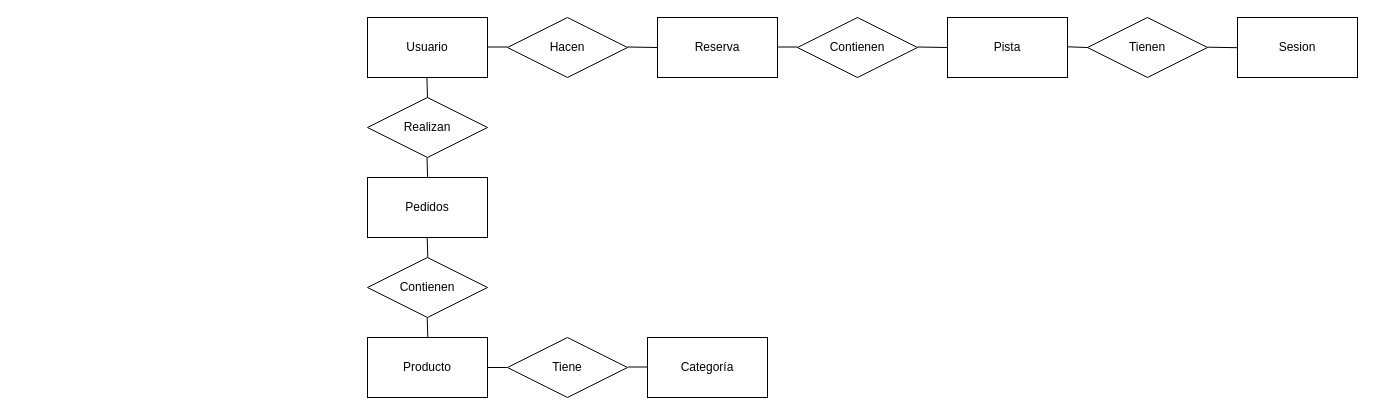
Before: TFG_BACKEND_ESTRUCTURA_BDD.drawio in a24954/Padelim_TFG_Backend, a draw.io diagram. Source tidied: cells renumbered, new cells numbered last; positions are measured from the earlier drawing's top-left corner, leaving out a move shared by most shapes. Both pictures are drawn from the tidied source at 100%, with x=0, y=0 at pixel (367, 17).
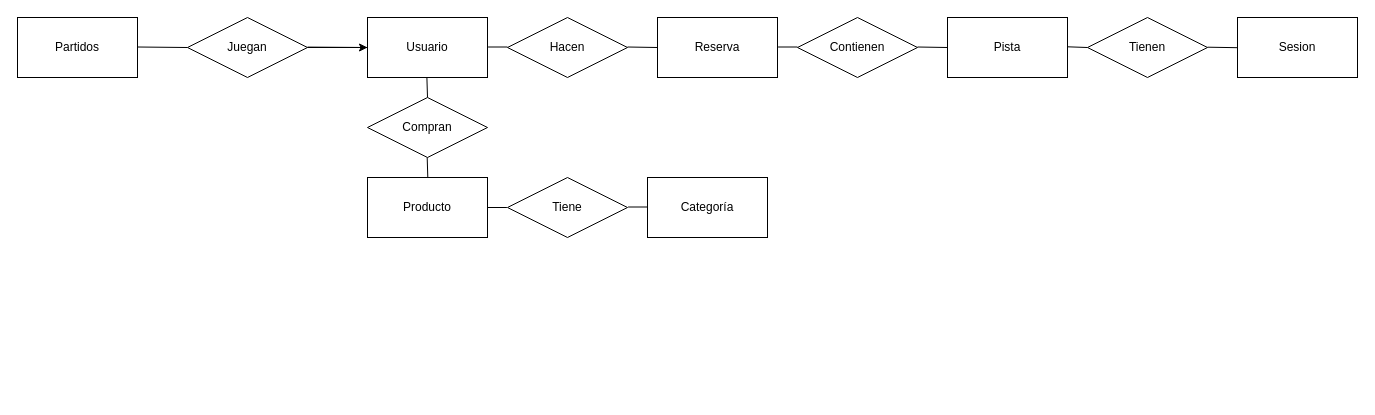
The same page after the edit.

The change refers to these unchanged cells:
```xml
<mxCell id="2" value="Usuario" style="rounded=0;whiteSpace=wrap;html=1;" parent="1" vertex="1">
  <mxGeometry width="120" height="60" as="geometry" />
</mxCell>
```

The edit, as a diff of the source:
```diff
@@
     <mxCell id="6" value="Producto" style="rounded=0;whiteSpace=wrap;html=1;" parent="1" vertex="1">
-      <mxGeometry y="320" width="120" height="60" as="geometry" />
+      <mxGeometry y="160" width="120" height="60" as="geometry" />
     </mxCell>
-    <mxCell id="7" value="Pedidos" style="rounded=0;whiteSpace=wrap;html=1;" parent="1" vertex="1">
-      <mxGeometry y="160" width="120" height="60" as="geometry" />
-    </mxCell>
     <mxCell id="8" value="Categoría" style="rounded=0;whiteSpace=wrap;html=1;" parent="1" vertex="1">
-      <mxGeometry x="280" y="320" width="120" height="60" as="geometry" />
+      <mxGeometry x="280" y="160" width="120" height="60" as="geometry" />
     </mxCell>
@@
-    <mxCell id="10" value="Realizan" style="shape=rhombus;perimeter=rhombusPerimeter;whiteSpace=wrap;html=1;align=center;" parent="1" vertex="1">
+    <mxCell id="10" value="Compran" style="shape=rhombus;perimeter=rhombusPerimeter;whiteSpace=wrap;html=1;align=center;" parent="1" vertex="1">
       <mxGeometry y="80" width="120" height="60" as="geometry" />
     </mxCell>
-    <mxCell id="11" value="Contienen" style="shape=rhombus;perimeter=rhombusPerimeter;whiteSpace=wrap;html=1;align=center;" parent="1" vertex="1">
-      <mxGeometry y="240" width="120" height="60" as="geometry" />
-    </mxCell>
     <mxCell id="12" value="Tiene" style="shape=rhombus;perimeter=rhombusPerimeter;whiteSpace=wrap;html=1;align=center;" parent="1" vertex="1">
-      <mxGeometry x="140" y="320" width="120" height="60" as="geometry" />
+      <mxGeometry x="140" y="160" width="120" height="60" as="geometry" />
     </mxCell>
@@
-    <mxCell id="16" style="endArrow=none;html=1;rounded=0;entryX=0.5;entryY=1;entryDx=0;entryDy=0;exitX=0.5;exitY=0;exitDx=0;exitDy=0;" parent="1" edge="1">
-      <mxGeometry relative="1" as="geometry">
-        <mxPoint x="60.1" y="160" as="sourcePoint" />
-        <mxPoint x="59.5" y="140" as="targetPoint" />
-      </mxGeometry>
-    </mxCell>
-    <mxCell id="17" style="endArrow=none;html=1;rounded=0;entryX=0.5;entryY=1;entryDx=0;entryDy=0;exitX=0.5;exitY=0;exitDx=0;exitDy=0;" parent="1" edge="1">
-      <mxGeometry relative="1" as="geometry">
-        <mxPoint x="60.3" y="240" as="sourcePoint" />
-        <mxPoint x="59.7" y="220" as="targetPoint" />
-      </mxGeometry>
-    </mxCell>
     <mxCell id="18" style="endArrow=none;html=1;rounded=0;entryX=0.5;entryY=1;entryDx=0;entryDy=0;exitX=0.5;exitY=0;exitDx=0;exitDy=0;" parent="1" edge="1">
       <mxGeometry relative="1" as="geometry">
-        <mxPoint x="60.3" y="320" as="sourcePoint" />
-        <mxPoint x="59.7" y="300" as="targetPoint" />
+        <mxPoint x="60.3" y="160" as="sourcePoint" />
+        <mxPoint x="59.7" y="140" as="targetPoint" />
       </mxGeometry>
     </mxCell>
     <mxCell id="19" style="endArrow=none;html=1;rounded=0;entryX=0.5;entryY=1;entryDx=0;entryDy=0;exitX=1;exitY=0.5;exitDx=0;exitDy=0;" parent="1" edge="1" source="6">
       <mxGeometry relative="1" as="geometry">
-        <mxPoint x="139.4" y="350" as="targetPoint" />
+        <mxPoint x="139.4" y="190" as="targetPoint" />
       </mxGeometry>
     </mxCell>
     <mxCell id="20" style="endArrow=none;html=1;rounded=0;entryX=0.5;entryY=1;entryDx=0;entryDy=0;exitX=1;exitY=0.5;exitDx=0;exitDy=0;" parent="1" edge="1">
       <mxGeometry relative="1" as="geometry">
-        <mxPoint x="260.6" y="349.5" as="sourcePoint" />
-        <mxPoint x="280" y="349.5" as="targetPoint" />
+        <mxPoint x="260.6" y="189.5" as="sourcePoint" />
+        <mxPoint x="280" y="189.5" as="targetPoint" />
       </mxGeometry>
     </mxCell>
@@
+    <mxCell id="27" style="edgeStyle=none;html=1;" parent="1" edge="1" source="28" target="2">
+      <mxGeometry relative="1" as="geometry" />
+    </mxCell>
+    <mxCell id="28" value="Juegan" style="shape=rhombus;perimeter=rhombusPerimeter;whiteSpace=wrap;html=1;align=center;" parent="1" vertex="1">
+      <mxGeometry x="-180" width="120" height="60" as="geometry" />
+    </mxCell>
+    <mxCell id="29" style="endArrow=none;html=1;rounded=0;entryX=0;entryY=0.5;entryDx=0;entryDy=0;exitX=1;exitY=0.5;exitDx=0;exitDy=0;" parent="1" edge="1" target="2">
+      <mxGeometry relative="1" as="geometry">
+        <mxPoint x="-60" y="29.6" as="sourcePoint" />
+      </mxGeometry>
+    </mxCell>
+    <mxCell id="30" value="Partidos" style="rounded=0;whiteSpace=wrap;html=1;" parent="1" vertex="1">
+      <mxGeometry x="-350" width="120" height="60" as="geometry" />
+    </mxCell>
+    <mxCell id="31" style="endArrow=none;html=1;rounded=0;exitX=1;exitY=0.5;exitDx=0;exitDy=0;" parent="1" edge="1">
+      <mxGeometry relative="1" as="geometry">
+        <mxPoint x="-230" y="29.5" as="sourcePoint" />
+        <mxPoint x="-180" y="30" as="targetPoint" />
+      </mxGeometry>
+    </mxCell>
```
